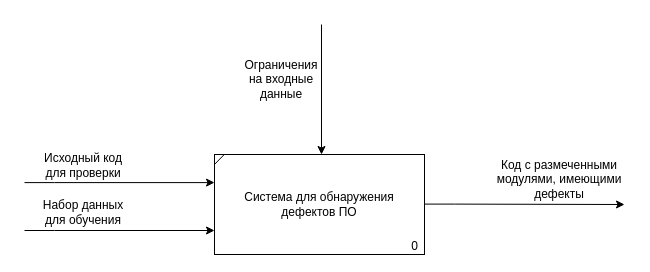
ilyasssklimov/bmstu_all keeps this draw.io diagram as page "idef0" (7 of 9) of sem_07/ResearchWork/doc/inc/drawio/diagrams.drawio. Above is the earlier version. Source tidied: cells renumbered, new cells numbered last; positions are measured from the earlier drawing's top-left corner, leaving out a move shared by most shapes. Both pictures are drawn from the tidied source at 100%, with x=0, y=0 at pixel (24, 24).
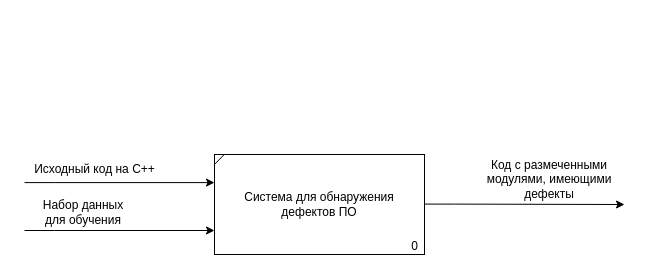
The same diagram, later.

Change to the diagram source:
```diff
@@
-    <mxCell id="6" style="endArrow=classic;html=1;rounded=0;fontSize=12;entryX=0.5;entryY=0;entryDx=0;entryDy=0;edgeStyle=orthogonalEdgeStyle;" parent="1" edge="1">
-      <mxGeometry relative="1" as="geometry">
-        <mxPoint x="297" as="sourcePoint" />
-        <mxPoint x="297" y="130" as="targetPoint" />
-        <Array as="points">
-          <mxPoint x="297" />
-        </Array>
-      </mxGeometry>
-    </mxCell>
@@
-    <mxCell id="8" value="Исходный код для проверки" style="text;html=1;strokeColor=none;fillColor=none;align=center;verticalAlign=middle;whiteSpace=wrap;rounded=0;fontSize=12;" parent="1" vertex="1">
-      <mxGeometry x="9" y="126" width="100" height="30" as="geometry" />
+    <mxCell id="8" value="Исходный код на C++" style="text;html=1;strokeColor=none;fillColor=none;align=center;verticalAlign=middle;whiteSpace=wrap;rounded=0;fontSize=12;" parent="1" vertex="1">
+      <mxGeometry y="130" width="141" height="30" as="geometry" />
     </mxCell>
     <mxCell id="9" value="Код с размеченными модулями, имеющими дефекты" style="text;html=1;strokeColor=none;fillColor=none;align=center;verticalAlign=middle;whiteSpace=wrap;rounded=0;fontSize=12;" parent="1" vertex="1">
-      <mxGeometry x="470" y="140" width="130" height="30" as="geometry" />
+      <mxGeometry x="460" y="140" width="130" height="30" as="geometry" />
     </mxCell>
@@
-    <mxCell id="11" value="Ограничения на входные данные" style="text;html=1;strokeColor=none;fillColor=none;align=center;verticalAlign=middle;whiteSpace=wrap;rounded=0;fontSize=12;" parent="1" vertex="1">
-      <mxGeometry x="222" y="40" width="70" height="30" as="geometry" />
-    </mxCell>
```
